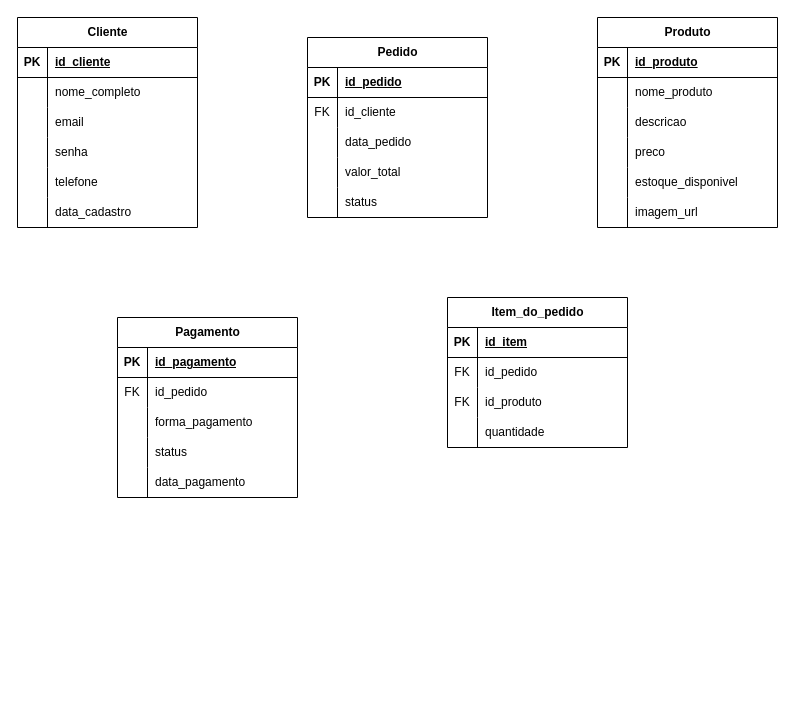
Earlier version of the draw.io diagram page "Logico - ECommerce" (4 of 6) of Modelagem/ModelagemECommerce (1).drawio (Dev-Ismael/Fluxograma-drawio). Source tidied: cells renumbered, new cells numbered last; positions are measured from the earlier drawing's top-left corner, leaving out a move shared by most shapes. Both pictures are drawn from the tidied source at 100%, with x=0, y=0 at pixel (17, 17).
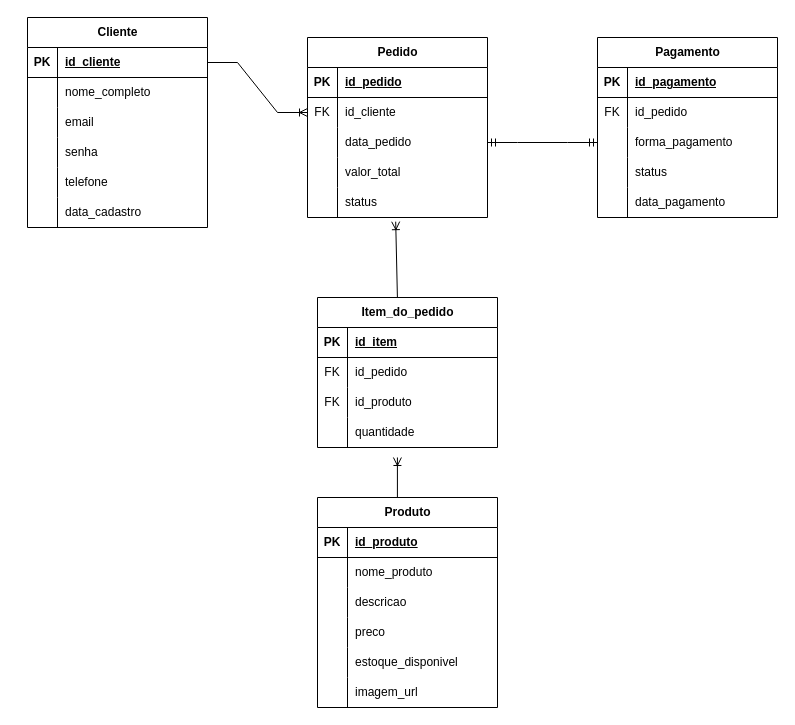
The same diagram, later.

Unchanged cells that the change refers to:
```xml
<mxCell id="3" style="shape=tableRow;horizontal=0;startSize=0;swimlaneHead=0;swimlaneBody=0;fillColor=none;points=[[0,0.5],[1,0.5]];portConstraint=eastwest;top=0;left=0;right=0;bottom=1;" parent="2" vertex="1">
  <mxGeometry y="30" width="180" height="30" as="geometry" />
</mxCell>
<mxCell id="44" style="shape=tableRow;horizontal=0;startSize=0;swimlaneHead=0;swimlaneBody=0;fillColor=none;points=[[0,0.5],[1,0.5]];portConstraint=eastwest;top=0;left=0;right=0;bottom=0;" parent="40" vertex="1">
  <mxGeometry y="60" width="180" height="30" as="geometry" />
</mxCell>
<mxCell id="47" style="shape=tableRow;horizontal=0;startSize=0;swimlaneHead=0;swimlaneBody=0;fillColor=none;points=[[0,0.5],[1,0.5]];portConstraint=eastwest;top=0;left=0;right=0;bottom=0;" parent="40" vertex="1">
  <mxGeometry y="90" width="180" height="30" as="geometry" />
</mxCell>
<mxCell id="53" style="shape=tableRow;horizontal=0;startSize=0;swimlaneHead=0;swimlaneBody=0;fillColor=none;points=[[0,0.5],[1,0.5]];portConstraint=eastwest;top=0;left=0;right=0;bottom=0;" parent="40" vertex="1">
  <mxGeometry y="150" width="180" height="30" as="geometry" />
</mxCell>
<mxCell id="66" style="shape=tableRow;horizontal=0;startSize=0;swimlaneHead=0;swimlaneBody=0;fillColor=none;points=[[0,0.5],[1,0.5]];portConstraint=eastwest;top=0;left=0;right=0;bottom=0;" parent="56" vertex="1">
  <mxGeometry y="120" width="180" height="30" as="geometry" />
</mxCell>
<mxCell id="76" style="shape=tableRow;horizontal=0;startSize=0;swimlaneHead=0;swimlaneBody=0;fillColor=none;points=[[0,0.5],[1,0.5]];portConstraint=eastwest;top=0;left=0;right=0;bottom=0;" parent="69" vertex="1">
  <mxGeometry y="90" width="180" height="30" as="geometry" />
</mxCell>
```

Diff of the diagram source:
```diff
@@
     <mxCell id="2" value="&lt;span class=&quot;notion-enable-hover&quot;&gt;Cliente&lt;/span&gt;" style="shape=table;startSize=30;childLayout=tableLayout;rowLines=0;fontStyle=1;align=center;html=1;" parent="1" vertex="1">
-      <mxGeometry width="180" height="210" as="geometry" />
+      <mxGeometry x="10" width="180" height="210" as="geometry" />
     </mxCell>
@@
     <mxCell id="21" value="Produto" style="shape=table;startSize=30;childLayout=tableLayout;rowLines=0;fontStyle=1;align=center;html=1;" parent="1" vertex="1">
-      <mxGeometry x="580" width="180" height="210" as="geometry" />
+      <mxGeometry x="300" y="480" width="180" height="210" as="geometry" />
     </mxCell>
@@
     <mxCell id="56" value="&lt;span class=&quot;notion-enable-hover&quot;&gt;Item_do_pedido&lt;/span&gt;" style="shape=table;startSize=30;childLayout=tableLayout;rowLines=0;fontStyle=1;align=center;html=1;" parent="1" vertex="1">
-      <mxGeometry x="430" y="280" width="180" height="150" as="geometry" />
+      <mxGeometry x="300" y="280" width="180" height="150" as="geometry" />
     </mxCell>
@@
     <mxCell id="69" value="Pagamento" style="shape=table;startSize=30;childLayout=tableLayout;rowLines=0;fontStyle=1;align=center;html=1;" parent="1" vertex="1">
-      <mxGeometry x="100" y="300" width="180" height="180" as="geometry" />
+      <mxGeometry x="580" y="20" width="180" height="180" as="geometry" />
     </mxCell>
@@
+    <mxCell id="85" style="edgeStyle=entityRelationEdgeStyle;fontSize=12;html=1;endArrow=ERoneToMany;rounded=0;exitX=1;exitY=0.5;exitDx=0;exitDy=0;entryX=0;entryY=0.5;entryDx=0;entryDy=0;" parent="1" edge="1" source="3" target="44">
+      <mxGeometry relative="1" as="geometry" />
+    </mxCell>
+    <mxCell id="86" style="fontSize=12;html=1;endArrow=ERoneToMany;rounded=0;entryX=0.49;entryY=1.139;entryDx=0;entryDy=0;exitX=0.444;exitY=0;exitDx=0;exitDy=0;entryPerimeter=0;exitPerimeter=0;" parent="1" edge="1" source="56" target="53">
+      <mxGeometry relative="1" as="geometry" />
+    </mxCell>
+    <mxCell id="87" style="edgeStyle=entityRelationEdgeStyle;fontSize=12;html=1;endArrow=ERmandOne;startArrow=ERmandOne;rounded=0;entryX=0;entryY=0.5;entryDx=0;entryDy=0;exitX=1;exitY=0.5;exitDx=0;exitDy=0;" parent="1" edge="1" source="47" target="76">
+      <mxGeometry relative="1" as="geometry" />
+    </mxCell>
+    <mxCell id="88" style="fontSize=12;html=1;endArrow=ERoneToMany;rounded=0;entryX=0.444;entryY=1.333;entryDx=0;entryDy=0;exitX=0.444;exitY=0;exitDx=0;exitDy=0;entryPerimeter=0;exitPerimeter=0;" parent="1" edge="1" source="21" target="66">
+      <mxGeometry relative="1" as="geometry" />
+    </mxCell>
```
